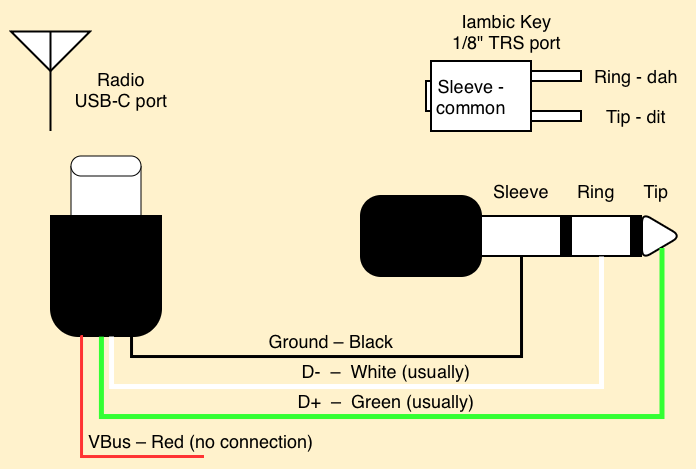
This is docs/assets/USBC_TRS_cable.drawio.png from briand/cw-firmware-docs, a draw.io export, as it was before one commit. Source tidied: cells renumbered, new cells last; positions are measured from the earlier drawing's top-left corner, leaving out a move shared by most shapes.
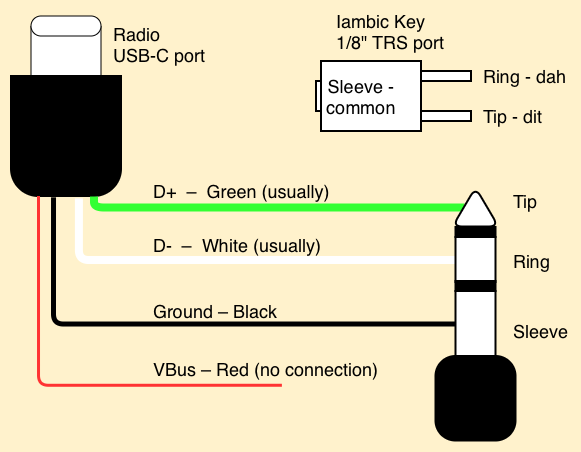
Above is the later version.

Commit message:
update usb-trs diagram

Change to the diagram source:
```diff
@@ -2,77 +2,50 @@
   <root>
     <mxCell id="0" />
     <mxCell id="1" parent="0" />
-    <mxCell id="2" value="Tip" style="text;html=1;whiteSpace=wrap;strokeColor=none;fillColor=none;align=center;verticalAlign=middle;rounded=0;fontSize=18;flipH=1;legacyAnchorPoints=0;fontColor=default;" parent="1" vertex="1">
-      <mxGeometry x="615" y="160" width="60" height="30" as="geometry" />
+    <mxCell id="2" value="Tip" style="text;html=1;whiteSpace=wrap;strokeColor=none;fillColor=none;align=left;verticalAlign=middle;rounded=0;fontSize=18;flipH=1;legacyAnchorPoints=0;fontColor=default;direction=east;" parent="1" vertex="1">
+      <mxGeometry x="540" y="200" width="60" height="30" as="geometry" />
     </mxCell>
-    <mxCell id="3" value="Ring" style="text;html=1;whiteSpace=wrap;strokeColor=none;fillColor=none;align=center;verticalAlign=middle;rounded=0;fontSize=18;flipH=1;legacyAnchorPoints=0;fontColor=default;" parent="1" vertex="1">
-      <mxGeometry x="555" y="160" width="60" height="30" as="geometry" />
+    <mxCell id="3" value="Ring" style="text;html=1;whiteSpace=wrap;strokeColor=none;fillColor=none;align=left;verticalAlign=middle;rounded=0;fontSize=18;flipH=1;legacyAnchorPoints=0;fontColor=default;direction=east;" parent="1" vertex="1">
+      <mxGeometry x="540" y="260" width="60" height="30" as="geometry" />
     </mxCell>
-    <mxCell id="4" value="Sleeve" style="text;html=1;whiteSpace=wrap;strokeColor=none;fillColor=none;align=center;verticalAlign=middle;rounded=0;fontSize=18;flipH=1;legacyAnchorPoints=0;fontColor=default;" parent="1" vertex="1">
-      <mxGeometry x="480" y="160" width="60" height="30" as="geometry" />
+    <mxCell id="4" value="Sleeve" style="text;html=1;whiteSpace=wrap;strokeColor=none;fillColor=none;align=left;verticalAlign=middle;rounded=0;fontSize=18;flipH=1;legacyAnchorPoints=0;fontColor=default;direction=east;" parent="1" vertex="1">
+      <mxGeometry x="540" y="330" width="60" height="30" as="geometry" />
     </mxCell>
-    <mxCell id="5" style="rounded=0;whiteSpace=wrap;html=1;flipH=1;legacyAnchorPoints=0;strokeColor=light-dark(#000000,#999999);fillColor=light-dark(#FFFFFF,#666666);strokeWidth=2;" parent="1" vertex="1">
-      <mxGeometry x="560" y="200" width="60" height="40" as="geometry" />
-    </mxCell>
-    <mxCell id="6" style="rounded=0;whiteSpace=wrap;html=1;flipH=1;legacyAnchorPoints=0;strokeColor=light-dark(#000000,#999999);fillColor=light-dark(#FFFFFF,#666666);strokeWidth=2;" parent="1" vertex="1">
-      <mxGeometry x="470" y="200" width="80" height="40" as="geometry" />
-    </mxCell>
-    <mxCell id="7" style="rounded=0;whiteSpace=wrap;html=1;strokeColor=light-dark(#000000,#999999);fillColor=light-dark(#000000,#666666);strokeWidth=2;" parent="1" vertex="1">
-      <mxGeometry x="550" y="200" width="10" height="40" as="geometry" />
-    </mxCell>
-    <mxCell id="8" style="rounded=0;whiteSpace=wrap;html=1;strokeColor=light-dark(#000000,#999999);fillColor=light-dark(#000000,#666666);strokeWidth=2;" parent="1" vertex="1">
-      <mxGeometry x="620" y="200" width="10" height="40" as="geometry" />
-    </mxCell>
-    <mxCell id="9" style="triangle;whiteSpace=wrap;html=1;rotation=-180;strokeColor=light-dark(#000000,#999999);fillColor=light-dark(#FFFFFF,#666666);strokeWidth=2;rounded=1;flipH=1;legacyAnchorPoints=0;" parent="1" vertex="1">
-      <mxGeometry x="631" y="197" width="39" height="46" as="geometry" />
-    </mxCell>
-    <mxCell id="10" value="Tip - dit" style="text;html=1;whiteSpace=wrap;strokeColor=none;fillColor=none;align=center;verticalAlign=middle;rounded=0;fontSize=18;flipH=1;legacyAnchorPoints=0;fontColor=default;" parent="1" vertex="1">
-      <mxGeometry x="585" y="85" width="80" height="30" as="geometry" />
+    <mxCell id="10" value="Tip - dit" style="text;html=1;whiteSpace=wrap;strokeColor=none;fillColor=none;align=left;verticalAlign=middle;rounded=0;fontSize=18;flipH=1;legacyAnchorPoints=0;fontColor=default;" parent="1" vertex="1">
+      <mxGeometry x="510" y="115" width="80" height="30" as="geometry" />
     </mxCell>
-    <mxCell id="11" value="Ring - dah" style="text;html=1;whiteSpace=wrap;strokeColor=none;fillColor=none;align=center;verticalAlign=middle;rounded=0;fontSize=18;flipH=1;legacyAnchorPoints=0;fontColor=default;" parent="1" vertex="1">
-      <mxGeometry x="580" y="45" width="90" height="30" as="geometry" />
+    <mxCell id="11" value="Ring - dah" style="text;html=1;whiteSpace=wrap;strokeColor=none;fillColor=none;align=left;verticalAlign=middle;rounded=0;fontSize=18;flipH=1;legacyAnchorPoints=0;fontColor=default;" parent="1" vertex="1">
+      <mxGeometry x="510" y="75" width="90" height="30" as="geometry" />
     </mxCell>
     <mxCell id="12" style="rounded=0;whiteSpace=wrap;html=1;rotation=-90;strokeColor=light-dark(#000000,#FFFFFF);" parent="1" vertex="1">
-      <mxGeometry x="402.5" y="77.5" width="30" height="5" as="geometry" />
+      <mxGeometry x="332.5" y="107.5" width="30" height="5" as="geometry" />
     </mxCell>
-    <mxCell id="13" value="Iambic Key&lt;div&gt;1/8&quot; TRS port&lt;/div&gt;" style="text;html=1;whiteSpace=wrap;strokeColor=none;fillColor=none;align=center;verticalAlign=middle;rounded=0;fontSize=18;fontColor=default;" parent="1" vertex="1">
-      <mxGeometry x="432.5" width="125" height="30" as="geometry" />
+    <mxCell id="13" value="Iambic Key&lt;div&gt;1/8&quot; TRS port&lt;/div&gt;" style="text;html=1;whiteSpace=wrap;strokeColor=none;fillColor=none;align=left;verticalAlign=middle;rounded=0;fontSize=18;fontColor=default;" parent="1" vertex="1">
+      <mxGeometry x="362.5" y="30" width="125" height="30" as="geometry" />
     </mxCell>
     <mxCell id="14" style="rounded=0;whiteSpace=wrap;html=1;rotation=-90;strokeColor=light-dark(#000000,#999999);fillColor=light-dark(#FFFFFF,#363636);strokeWidth=2;" parent="1" vertex="1">
-      <mxGeometry x="435" y="30" width="70" height="100" as="geometry" />
+      <mxGeometry x="365" y="60" width="70" height="100" as="geometry" />
     </mxCell>
     <mxCell id="15" style="rounded=0;whiteSpace=wrap;html=1;rotation=-90;strokeColor=light-dark(#000000,#999999);fillColor=light-dark(#FFFFFF,#363636);strokeWidth=2;" parent="1" vertex="1">
-      <mxGeometry x="540" y="75" width="10" height="50" as="geometry" />
+      <mxGeometry x="470" y="105" width="10" height="50" as="geometry" />
     </mxCell>
     <mxCell id="16" style="rounded=0;whiteSpace=wrap;html=1;rotation=-90;strokeColor=light-dark(#000000,#999999);fillColor=light-dark(#FFFFFF,#363636);strokeWidth=2;" parent="1" vertex="1">
-      <mxGeometry x="540" y="35" width="10" height="50" as="geometry" />
+      <mxGeometry x="470" y="65" width="10" height="50" as="geometry" />
     </mxCell>
     <mxCell id="17" style="rounded=0;whiteSpace=wrap;html=1;rotation=-90;strokeColor=light-dark(#000000,#999999);fillColor=light-dark(#FFFFFF,transparent);strokeWidth=2;" parent="1" vertex="1">
-      <mxGeometry x="402.5" y="77.5" width="30" height="5" as="geometry" />
+      <mxGeometry x="332.5" y="107.5" width="30" height="5" as="geometry" />
     </mxCell>
-    <mxCell id="18" value="Sleeve - common" style="text;html=1;whiteSpace=wrap;strokeColor=none;fillColor=none;align=center;verticalAlign=middle;rounded=0;fontSize=18;flipH=1;legacyAnchorPoints=0;fontColor=light-dark(default, #919191);" parent="1" vertex="1">
-      <mxGeometry x="415" y="65" width="90" height="30" as="geometry" />
+    <mxCell id="18" value="Sleeve - common" style="text;html=1;whiteSpace=wrap;strokeColor=none;fillColor=none;align=center;verticalAlign=middle;rounded=0;fontSize=18;flipH=1;legacyAnchorPoints=0;fontColor=default;" parent="1" vertex="1">
+      <mxGeometry x="345" y="95" width="90" height="30" as="geometry" />
     </mxCell>
-    <mxCell id="19" style="rounded=1;whiteSpace=wrap;html=1;flipH=1;legacyAnchorPoints=0;strokeColor=light-dark(#000000,#999999);fillColor=light-dark(#000000,#666666);strokeWidth=2;arcSize=25;" parent="1" vertex="1">
-      <mxGeometry x="350" y="180" width="120" height="80" as="geometry" />
-    </mxCell>
-    <mxCell id="20" value="Radio&lt;div&gt;USB-C port&lt;/div&gt;" style="text;html=1;whiteSpace=wrap;strokeColor=none;fillColor=none;align=center;verticalAlign=middle;rounded=0;fontSize=18;fontColor=default;" parent="1" vertex="1">
-      <mxGeometry x="50" y="45" width="120" height="55" as="geometry" />
+    <mxCell id="20" value="Radio&lt;div&gt;USB-C port&lt;/div&gt;" style="text;html=1;whiteSpace=wrap;strokeColor=none;fillColor=none;align=left;verticalAlign=middle;rounded=0;fontSize=18;fontColor=default;" parent="1" vertex="1">
+      <mxGeometry x="140" y="30" width="120" height="55" as="geometry" />
     </mxCell>
-    <mxCell id="21" style="verticalLabelPosition=bottom;shadow=0;dashed=0;align=center;html=1;verticalAlign=top;shape=mxgraph.electrical.radio.aerial_-_antenna_2;strokeColor=light-dark(#000000,#999999);fillColor=light-dark(#FFFFFF,transparent);strokeWidth=2;" parent="1" vertex="1">
-      <mxGeometry y="15" width="79" height="100" as="geometry" />
-    </mxCell>
-    <mxCell id="22" style="endArrow=none;html=1;rounded=0;edgeStyle=orthogonalEdgeStyle;entryX=0.5;entryY=1;entryDx=0;entryDy=0;strokeWidth=3;strokeColor=light-dark(#000000,#FFFFFF);exitX=-0.008;exitY=0.263;exitDx=0;exitDy=0;exitPerimeter=0;" parent="1" edge="1" source="24" target="6">
-      <mxGeometry relative="1" as="geometry">
-        <Array as="points">
-          <mxPoint x="120" y="321" />
-          <mxPoint x="120" y="340" />
-          <mxPoint x="510" y="340" />
-        </Array>
-      </mxGeometry>
+    <mxCell id="22" style="endArrow=none;html=1;rounded=1;edgeStyle=orthogonalEdgeStyle;entryX=0.5;entryY=0;entryDx=0;entryDy=0;strokeWidth=5;strokeColor=light-dark(#000000,#FFFFFF);exitX=-0.007;exitY=0.618;exitDx=0;exitDy=0;exitPerimeter=0;curved=0;" parent="1" edge="1" source="24" target="6">
+      <mxGeometry relative="1" as="geometry" />
     </mxCell>
     <mxCell id="23" style="group;rotation=90;" parent="1" vertex="1">
-      <mxGeometry x="10" y="180" width="170" height="110" as="geometry" />
+      <mxGeometry x="10" y="70" width="170" height="110" as="geometry" />
     </mxCell>
     <mxCell id="24" style="rounded=1;whiteSpace=wrap;html=1;flipH=1;legacyAnchorPoints=0;strokeColor=light-dark(#000000,#999999);fillColor=light-dark(#000000,#666666);strokeWidth=2;arcSize=25;rotation=90;" parent="23" vertex="1">
       <mxGeometry x="25" y="25" width="120" height="110" as="geometry" />
@@ -86,43 +59,44 @@
     <mxCell id="27" style="rounded=1;whiteSpace=wrap;html=1;fontFamily=Helvetica;fontSize=11;fontColor=default;labelBackgroundColor=default;arcSize=50;" parent="23" vertex="1">
       <mxGeometry x="50" y="-40" width="70" height="20" as="geometry" />
     </mxCell>
-    <mxCell id="28" value="Ground – Black" style="text;html=1;whiteSpace=wrap;strokeColor=none;fillColor=none;align=center;verticalAlign=middle;rounded=0;fontSize=18;flipH=1;legacyAnchorPoints=0;fontColor=default;" parent="1" vertex="1">
-      <mxGeometry x="225" y="310" width="190" height="30" as="geometry" />
+    <mxCell id="28" value="Ground – Black" style="text;html=1;whiteSpace=wrap;strokeColor=none;fillColor=none;align=left;verticalAlign=middle;rounded=0;fontSize=18;flipH=1;legacyAnchorPoints=0;fontColor=default;" parent="1" vertex="1">
+      <mxGeometry x="180" y="310" width="190" height="30" as="geometry" />
     </mxCell>
-    <mxCell id="29" style="endArrow=none;html=1;rounded=0;edgeStyle=orthogonalEdgeStyle;entryX=0.5;entryY=1;entryDx=0;entryDy=0;strokeWidth=3;strokeColor=light-dark(#FF3333,#FFFFFF);exitX=0.5;exitY=1;exitDx=0;exitDy=0;" parent="1" edge="1" source="30">
-      <mxGeometry relative="1" as="geometry">
-        <mxPoint x="69" y="320" as="targetPoint" />
-        <Array as="points">
-          <mxPoint x="70" y="440" />
-          <mxPoint x="70" y="320" />
-        </Array>
-      </mxGeometry>
+    <mxCell id="29" style="endArrow=none;html=1;rounded=1;edgeStyle=orthogonalEdgeStyle;entryX=0;entryY=0.75;entryDx=0;entryDy=0;strokeWidth=3;strokeColor=light-dark(#FF3333,#FFFFFF);exitX=0.443;exitY=1.042;exitDx=0;exitDy=0;exitPerimeter=0;curved=0;" parent="1" edge="1" source="30" target="24">
+      <mxGeometry relative="1" as="geometry" />
     </mxCell>
     <mxCell id="30" value="VBus – Red (no connection)" style="text;html=1;whiteSpace=wrap;strokeColor=none;fillColor=none;align=left;verticalAlign=middle;rounded=0;fontSize=18;flipH=1;legacyAnchorPoints=0;fontColor=default;" parent="1" vertex="1">
-      <mxGeometry x="75" y="410" width="235" height="30" as="geometry" />
+      <mxGeometry x="180" y="368" width="235" height="30" as="geometry" />
     </mxCell>
-    <mxCell id="31" style="endArrow=none;html=1;rounded=0;edgeStyle=orthogonalEdgeStyle;strokeWidth=5;strokeColor=light-dark(#FFFFFF,#FFFFFF);exitX=0.5;exitY=1;exitDx=0;exitDy=0;" parent="1" edge="1" source="5">
-      <mxGeometry relative="1" as="geometry">
-        <mxPoint x="100" y="320" as="targetPoint" />
-        <Array as="points">
-          <mxPoint x="590" y="370" />
-          <mxPoint x="100" y="370" />
-        </Array>
-      </mxGeometry>
+    <mxCell id="31" style="endArrow=none;html=1;rounded=1;edgeStyle=orthogonalEdgeStyle;strokeWidth=8;strokeColor=light-dark(#FFFFFF,#FFFFFF);exitX=0.5;exitY=0;exitDx=0;exitDy=0;entryX=-0.016;entryY=0.387;entryDx=0;entryDy=0;entryPerimeter=0;curved=0;" parent="1" edge="1" source="5" target="24">
+      <mxGeometry relative="1" as="geometry" />
     </mxCell>
-    <mxCell id="32" style="endArrow=none;html=1;rounded=0;edgeStyle=orthogonalEdgeStyle;strokeWidth=5;strokeColor=light-dark(#33FF33,#FFFFFF);entryX=-0.001;entryY=0.546;entryDx=0;entryDy=0;entryPerimeter=0;" parent="1" edge="1" source="9" target="24">
-      <mxGeometry relative="1" as="geometry">
-        <Array as="points">
-          <mxPoint x="650" y="400" />
-          <mxPoint x="90" y="400" />
-        </Array>
-      </mxGeometry>
+    <mxCell id="32" style="endArrow=none;html=1;rounded=1;edgeStyle=orthogonalEdgeStyle;strokeWidth=8;strokeColor=light-dark(#33FF33,#FFFFFF);exitX=0.5;exitY=1;exitDx=0;exitDy=0;entryX=0;entryY=0.25;entryDx=0;entryDy=0;curved=0;" parent="1" edge="1" source="9" target="24">
+      <mxGeometry relative="1" as="geometry" />
     </mxCell>
-    <mxCell id="33" value="D+ &amp;nbsp;– &amp;nbsp;Green (usually)" style="text;html=1;whiteSpace=wrap;strokeColor=none;fillColor=none;align=center;verticalAlign=middle;rounded=0;fontSize=18;flipH=1;legacyAnchorPoints=0;fontColor=default;" parent="1" vertex="1">
-      <mxGeometry x="280" y="370" width="190" height="30" as="geometry" />
+    <mxCell id="33" value="D+ &amp;nbsp;– &amp;nbsp;Green (usually)" style="text;html=1;whiteSpace=wrap;strokeColor=none;fillColor=none;align=left;verticalAlign=middle;rounded=0;fontSize=18;flipH=1;legacyAnchorPoints=0;fontColor=default;" parent="1" vertex="1">
+      <mxGeometry x="180" y="190" width="190" height="30" as="geometry" />
     </mxCell>
-    <mxCell id="34" value="D- &amp;nbsp;– &amp;nbsp;White (usually)" style="text;html=1;whiteSpace=wrap;strokeColor=none;fillColor=none;align=center;verticalAlign=middle;rounded=0;fontSize=18;flipH=1;legacyAnchorPoints=0;fontColor=default;" parent="1" vertex="1">
-      <mxGeometry x="280" y="340" width="190" height="30" as="geometry" />
+    <mxCell id="34" value="D- &amp;nbsp;– &amp;nbsp;White (usually)" style="text;html=1;whiteSpace=wrap;strokeColor=none;fillColor=none;align=left;verticalAlign=middle;rounded=0;fontSize=18;flipH=1;legacyAnchorPoints=0;fontColor=default;" parent="1" vertex="1">
+      <mxGeometry x="180" y="244" width="190" height="30" as="geometry" />
     </mxCell>
+    <mxCell id="5" style="rounded=0;whiteSpace=wrap;html=1;flipH=1;legacyAnchorPoints=0;strokeColor=light-dark(#000000,#999999);fillColor=light-dark(#FFFFFF,#666666);strokeWidth=2;direction=east;rotation=270;" parent="1" vertex="1">
+      <mxGeometry x="482" y="253.5" width="45" height="40" as="geometry" />
+    </mxCell>
+    <mxCell id="6" style="rounded=0;whiteSpace=wrap;html=1;flipH=1;legacyAnchorPoints=0;strokeColor=light-dark(#000000,#999999);fillColor=light-dark(#FFFFFF,#666666);strokeWidth=2;direction=east;rotation=270;" parent="1" vertex="1">
+      <mxGeometry x="472" y="317.5" width="65" height="40" as="geometry" />
+    </mxCell>
+    <mxCell id="7" style="rounded=0;whiteSpace=wrap;html=1;strokeColor=light-dark(#000000,#999999);fillColor=light-dark(#000000,#666666);strokeWidth=2;direction=east;rotation=270;" parent="1" vertex="1">
+      <mxGeometry x="499.5" y="280" width="10" height="40" as="geometry" />
+    </mxCell>
+    <mxCell id="8" style="rounded=0;whiteSpace=wrap;html=1;strokeColor=light-dark(#000000,#999999);fillColor=light-dark(#000000,#666666);strokeWidth=2;direction=east;rotation=270;" parent="1" vertex="1">
+      <mxGeometry x="499.5" y="226" width="10" height="40" as="geometry" />
+    </mxCell>
+    <mxCell id="9" style="triangle;whiteSpace=wrap;html=1;rotation=90;strokeColor=light-dark(#000000,#999999);fillColor=light-dark(#FFFFFF,#666666);strokeWidth=2;rounded=1;flipH=1;legacyAnchorPoints=0;direction=east;" parent="1" vertex="1">
+      <mxGeometry x="485" y="198" width="39" height="46" as="geometry" />
+    </mxCell>
+    <mxCell id="19" style="rounded=1;whiteSpace=wrap;html=1;flipH=1;legacyAnchorPoints=0;strokeColor=light-dark(#000000,#999999);fillColor=light-dark(#000000,#666666);strokeWidth=2;arcSize=25;direction=east;rotation=270;" parent="1" vertex="1">
+      <mxGeometry x="462.2" y="372.2" width="84.5" height="80" as="geometry" />
+    </mxCell>
   </root>
 </mxGraphModel>
```
